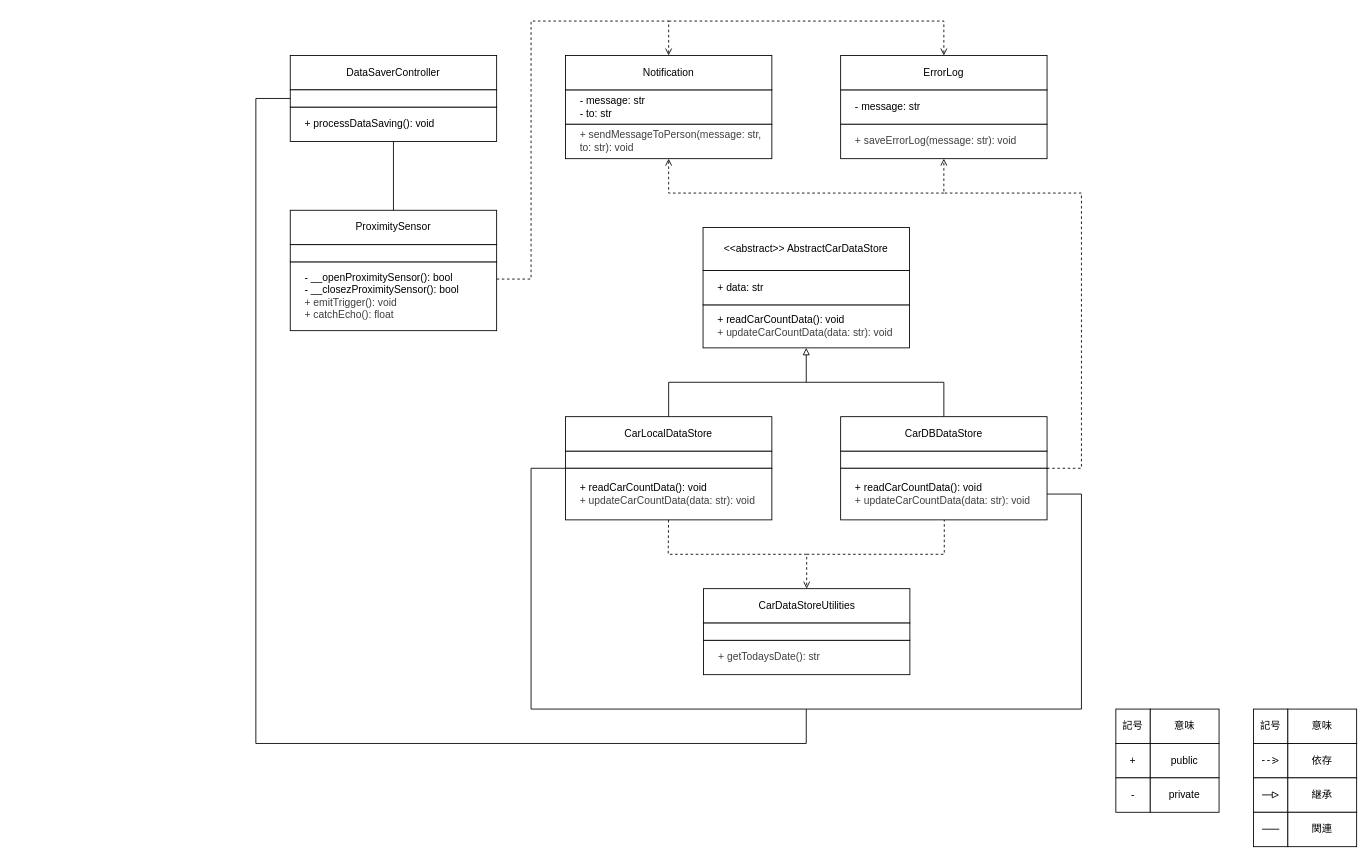
Earlier version of the draw.io diagram page "出口用" (2 of 2) of uml/class_diagram.drawio (kokoa454/ANPR_JP). Source tidied: cells renumbered, new cells numbered last; positions are measured from the earlier drawing's top-left corner, leaving out a move shared by most shapes. Both pictures are drawn from the tidied source at 86%, with x=0, y=0 at pixel (255, 21).
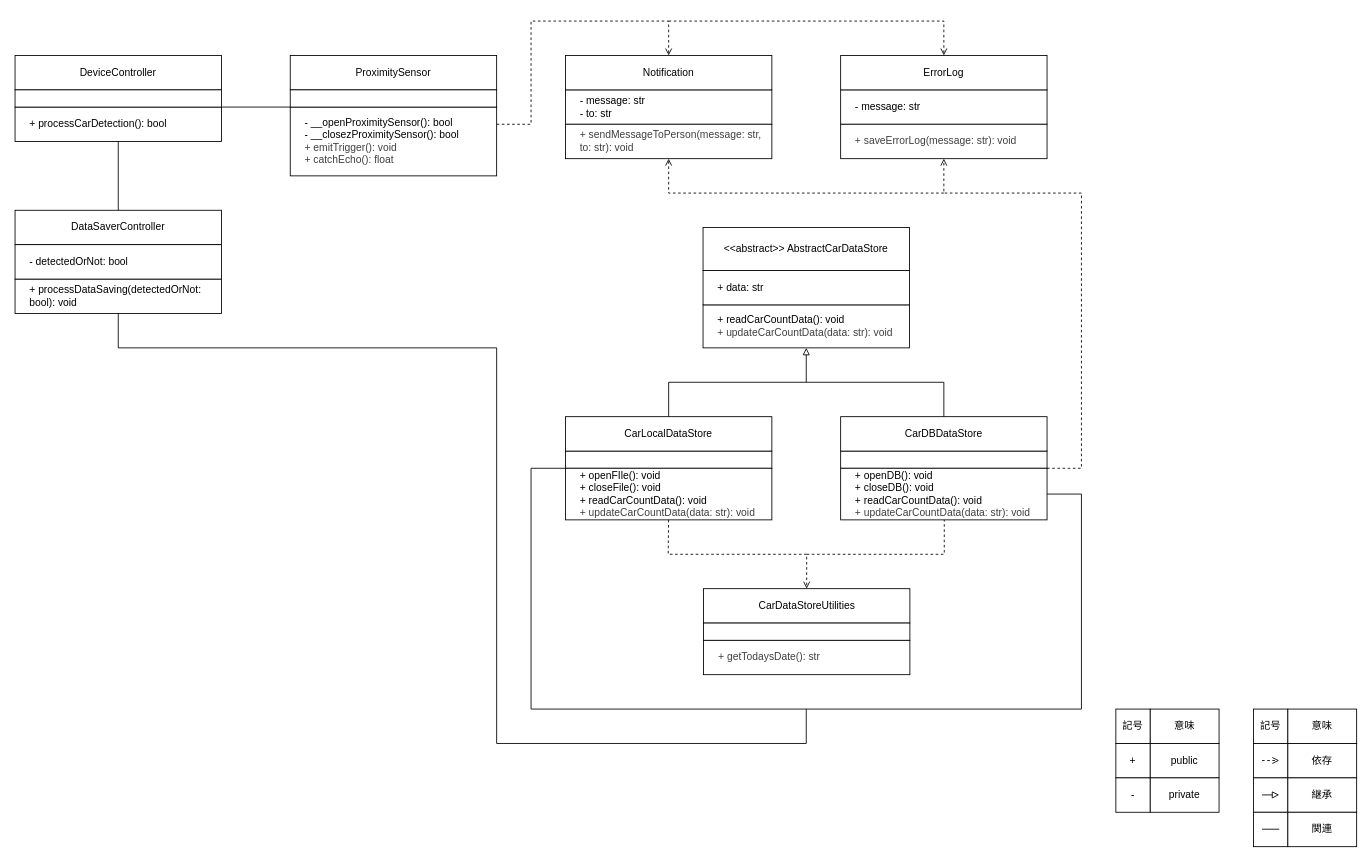
Above is the later version.

The change refers to these unchanged cells:
```xml
<mxCell id="10" value="Notification" style="rounded=0;whiteSpace=wrap;html=1;" parent="1" vertex="1">
  <mxGeometry x="360" y="40" width="240" height="40" as="geometry" />
</mxCell>
```

Diff of the diagram source:
```diff
@@
     <mxCell id="8" value="ProximitySensor" style="rounded=0;whiteSpace=wrap;html=1;" parent="1" vertex="1">
-      <mxGeometry x="40" y="220" width="240" height="40" as="geometry" />
+      <mxGeometry x="40" y="40" width="240" height="40" as="geometry" />
     </mxCell>
@@
-    <mxCell id="14" value="&lt;span style=&quot;scrollbar-color: rgb(226, 226, 226) rgb(251, 251, 251); color: rgb(0, 0, 0);&quot;&gt;+ readCarCountData(): void&lt;/span&gt;&lt;div style=&quot;scrollbar-color: rgb(226, 226, 226) rgb(251, 251, 251); color: rgb(63, 63, 63);&quot;&gt;&lt;div style=&quot;scrollbar-color: rgb(226, 226, 226) rgb(251, 251, 251); color: rgb(63, 63, 63);&quot;&gt;&lt;span style=&quot;scrollbar-color: rgb(226, 226, 226) rgb(251, 251, 251); background-color: transparent; color: rgb(63, 63, 63);&quot;&gt;+ updateCarCountData(data: str): void&lt;/span&gt;&lt;/div&gt;&lt;/div&gt;" style="rounded=0;whiteSpace=wrap;html=1;align=left;spacingLeft=15;" parent="1" vertex="1">
+    <mxCell id="14" value="&lt;div&gt;&lt;span style=&quot;scrollbar-color: rgb(226, 226, 226) rgb(251, 251, 251); color: rgb(0, 0, 0);&quot;&gt;+ openFIle(): void&lt;/span&gt;&lt;/div&gt;&lt;div&gt;&lt;font color=&quot;#000000&quot;&gt;+ closeFile(): void&lt;/font&gt;&lt;/div&gt;&lt;span style=&quot;scrollbar-color: rgb(226, 226, 226) rgb(251, 251, 251); color: rgb(0, 0, 0);&quot;&gt;+ readCarCountData(): void&lt;/span&gt;&lt;div style=&quot;scrollbar-color: rgb(226, 226, 226) rgb(251, 251, 251); color: rgb(63, 63, 63);&quot;&gt;&lt;div style=&quot;scrollbar-color: rgb(226, 226, 226) rgb(251, 251, 251); color: rgb(63, 63, 63);&quot;&gt;&lt;span style=&quot;scrollbar-color: rgb(226, 226, 226) rgb(251, 251, 251); background-color: transparent; color: rgb(63, 63, 63);&quot;&gt;+ updateCarCountData(data: str): void&lt;/span&gt;&lt;/div&gt;&lt;/div&gt;" style="rounded=0;whiteSpace=wrap;html=1;align=left;spacingLeft=15;" parent="1" vertex="1">
       <mxGeometry x="360" y="520" width="240" height="60" as="geometry" />
     </mxCell>
@@
-    <mxCell id="17" value="&lt;span style=&quot;scrollbar-color: rgb(226, 226, 226) rgb(251, 251, 251); color: rgb(0, 0, 0);&quot;&gt;+ readCarCountData(): void&lt;/span&gt;&lt;div style=&quot;scrollbar-color: rgb(226, 226, 226) rgb(251, 251, 251); color: rgb(63, 63, 63);&quot;&gt;&lt;div style=&quot;scrollbar-color: rgb(226, 226, 226) rgb(251, 251, 251); color: rgb(63, 63, 63);&quot;&gt;&lt;span style=&quot;scrollbar-color: rgb(226, 226, 226) rgb(251, 251, 251); background-color: transparent; color: rgb(63, 63, 63);&quot;&gt;+ updateCarCountData(data: str): void&lt;/span&gt;&lt;/div&gt;&lt;/div&gt;" style="rounded=0;whiteSpace=wrap;html=1;align=left;spacingLeft=15;" parent="1" vertex="1">
+    <mxCell id="17" value="+ openDB(): void&lt;div&gt;&lt;font color=&quot;#000000&quot;&gt;+ closeDB(): void&lt;br&gt;&lt;/font&gt;&lt;div&gt;&lt;span style=&quot;scrollbar-color: rgb(226, 226, 226) rgb(251, 251, 251); color: rgb(0, 0, 0);&quot;&gt;+ readCarCountData(): void&lt;/span&gt;&lt;div style=&quot;scrollbar-color: rgb(226, 226, 226) rgb(251, 251, 251); color: rgb(63, 63, 63);&quot;&gt;&lt;div style=&quot;scrollbar-color: rgb(226, 226, 226) rgb(251, 251, 251); color: rgb(63, 63, 63);&quot;&gt;&lt;span style=&quot;scrollbar-color: rgb(226, 226, 226) rgb(251, 251, 251); background-color: transparent; color: rgb(63, 63, 63);&quot;&gt;+ updateCarCountData(data: str): void&lt;/span&gt;&lt;/div&gt;&lt;/div&gt;&lt;/div&gt;&lt;/div&gt;" style="rounded=0;whiteSpace=wrap;html=1;align=left;spacingLeft=15;" parent="1" vertex="1">
       <mxGeometry x="680" y="520" width="240" height="60" as="geometry" />
     </mxCell>
@@
     <mxCell id="43" style="endArrow=open;html=1;exitX=1;exitY=0.25;exitDx=0;exitDy=0;rounded=0;curved=0;dashed=1;endFill=0;entryX=0.5;entryY=0;entryDx=0;entryDy=0;" parent="1" edge="1" source="52" target="10">
       <mxGeometry relative="1" as="geometry">
         <Array as="points">
-          <mxPoint x="320" y="300" />
+          <mxPoint x="320" y="120" />
           <mxPoint x="320" y="90" />
           <mxPoint x="320" />
           <mxPoint x="480" />
         </Array>
       </mxGeometry>
     </mxCell>
@@
     <mxCell id="47" value="DataSaverController" style="rounded=0;whiteSpace=wrap;html=1;" parent="1" vertex="1">
-      <mxGeometry x="40" y="40" width="240" height="40" as="geometry" />
+      <mxGeometry x="-280" y="220" width="240" height="40" as="geometry" />
     </mxCell>
-    <mxCell id="48" value="+ processDataSaving(): void" style="rounded=0;whiteSpace=wrap;html=1;align=left;spacingLeft=15;" parent="1" vertex="1">
-      <mxGeometry x="40" y="100" width="240" height="40" as="geometry" />
+    <mxCell id="48" value="+ processDataSaving(detectedOrNot: bool): void" style="rounded=0;whiteSpace=wrap;html=1;align=left;spacingLeft=15;" parent="1" vertex="1">
+      <mxGeometry x="-280" y="300" width="240" height="40" as="geometry" />
     </mxCell>
-    <mxCell id="49" style="rounded=0;whiteSpace=wrap;html=1;align=left;spacingLeft=15;" parent="1" vertex="1">
-      <mxGeometry x="40" y="80" width="240" height="20" as="geometry" />
+    <mxCell id="49" value="- detectedOrNot: bool" style="rounded=0;whiteSpace=wrap;html=1;align=left;spacingLeft=15;" parent="1" vertex="1">
+      <mxGeometry x="-280" y="260" width="240" height="40" as="geometry" />
     </mxCell>
-    <mxCell id="50" style="endArrow=none;html=1;rounded=0;curved=0;entryX=0;entryY=0.5;entryDx=0;entryDy=0;" parent="1" edge="1" target="49">
+    <mxCell id="50" style="endArrow=none;html=1;rounded=0;curved=0;entryX=0.5;entryY=1;entryDx=0;entryDy=0;" parent="1" edge="1" target="48">
       <mxGeometry relative="1" as="geometry">
         <mxPoint x="640" y="800" as="sourcePoint" />
         <Array as="points">
           <mxPoint x="640" y="840" />
-          <mxPoint y="840" />
-          <mxPoint y="90" />
+          <mxPoint x="280" y="840" />
+          <mxPoint x="280" y="380" />
+          <mxPoint x="-160" y="380" />
         </Array>
       </mxGeometry>
     </mxCell>
@@
     <mxCell id="52" value="- __openProximitySensor(): bool&lt;div&gt;- __closezProximitySensor(): bool&lt;/div&gt;&lt;div&gt;&lt;span style=&quot;color: rgb(63, 63, 63); background-color: transparent;&quot;&gt;+ emitTrigger(): void&lt;/span&gt;&lt;/div&gt;&lt;div&gt;&lt;span style=&quot;color: rgb(63, 63, 63); background-color: transparent;&quot;&gt;+ catchEcho(): float&lt;/span&gt;&lt;/div&gt;" style="rounded=0;whiteSpace=wrap;html=1;align=left;spacingLeft=15;" parent="1" vertex="1">
-      <mxGeometry x="40" y="280" width="240" height="80" as="geometry" />
+      <mxGeometry x="40" y="100" width="240" height="80" as="geometry" />
     </mxCell>
     <mxCell id="53" style="rounded=0;whiteSpace=wrap;html=1;" parent="1" vertex="1">
-      <mxGeometry x="40" y="260" width="240" height="20" as="geometry" />
+      <mxGeometry x="40" y="80" width="240" height="20" as="geometry" />
     </mxCell>
-    <mxCell id="54" style="endArrow=none;html=1;entryX=0.5;entryY=0;entryDx=0;entryDy=0;exitX=0.5;exitY=1;exitDx=0;exitDy=0;" parent="1" edge="1" source="48" target="8">
+    <mxCell id="54" style="endArrow=none;html=1;entryX=0;entryY=1;entryDx=0;entryDy=0;exitX=1;exitY=1;exitDx=0;exitDy=0;" parent="1" edge="1" source="57" target="53">
       <mxGeometry relative="1" as="geometry" />
     </mxCell>
+    <mxCell id="55" value="DeviceController" style="rounded=0;whiteSpace=wrap;html=1;" parent="1" vertex="1">
+      <mxGeometry x="-280" y="40" width="240" height="40" as="geometry" />
+    </mxCell>
+    <mxCell id="56" value="+ processCarDetection(): bool" style="rounded=0;whiteSpace=wrap;html=1;align=left;spacingLeft=15;" parent="1" vertex="1">
+      <mxGeometry x="-280" y="100" width="240" height="40" as="geometry" />
+    </mxCell>
+    <mxCell id="57" style="rounded=0;whiteSpace=wrap;html=1;" parent="1" vertex="1">
+      <mxGeometry x="-280" y="80" width="240" height="20" as="geometry" />
+    </mxCell>
+    <mxCell id="58" style="endArrow=none;html=1;entryX=0.5;entryY=1;entryDx=0;entryDy=0;exitX=0.5;exitY=0;exitDx=0;exitDy=0;" parent="1" edge="1" source="47" target="56">
+      <mxGeometry relative="1" as="geometry" />
+    </mxCell>
```
